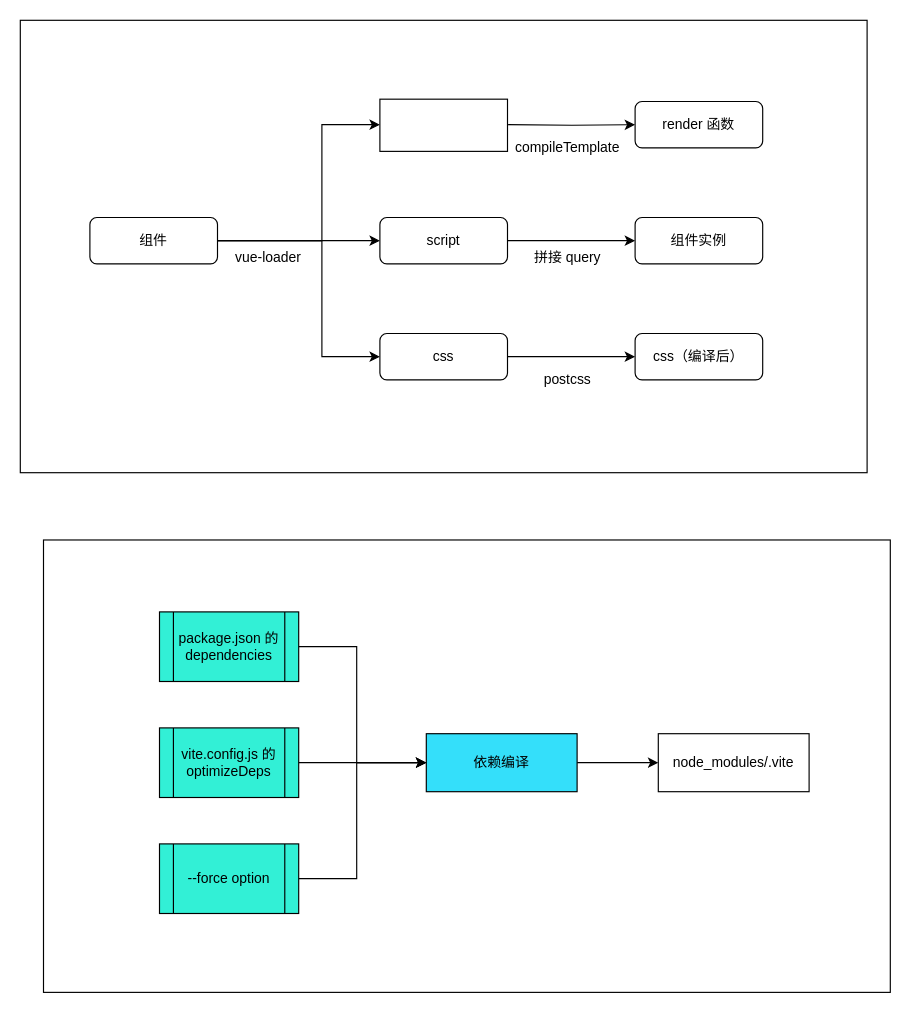
This is Untitled scoped css.drawio from WJCHumble/graph-asserts, a draw.io file, before an edit. Source tidied: cells renumbered, new cells numbered last; positions are measured from the earlier drawing's top-left corner, leaving out a move shared by most shapes. Both pictures are drawn from the tidied source at 116%, with x=0, y=0 at pixel (20, 20).
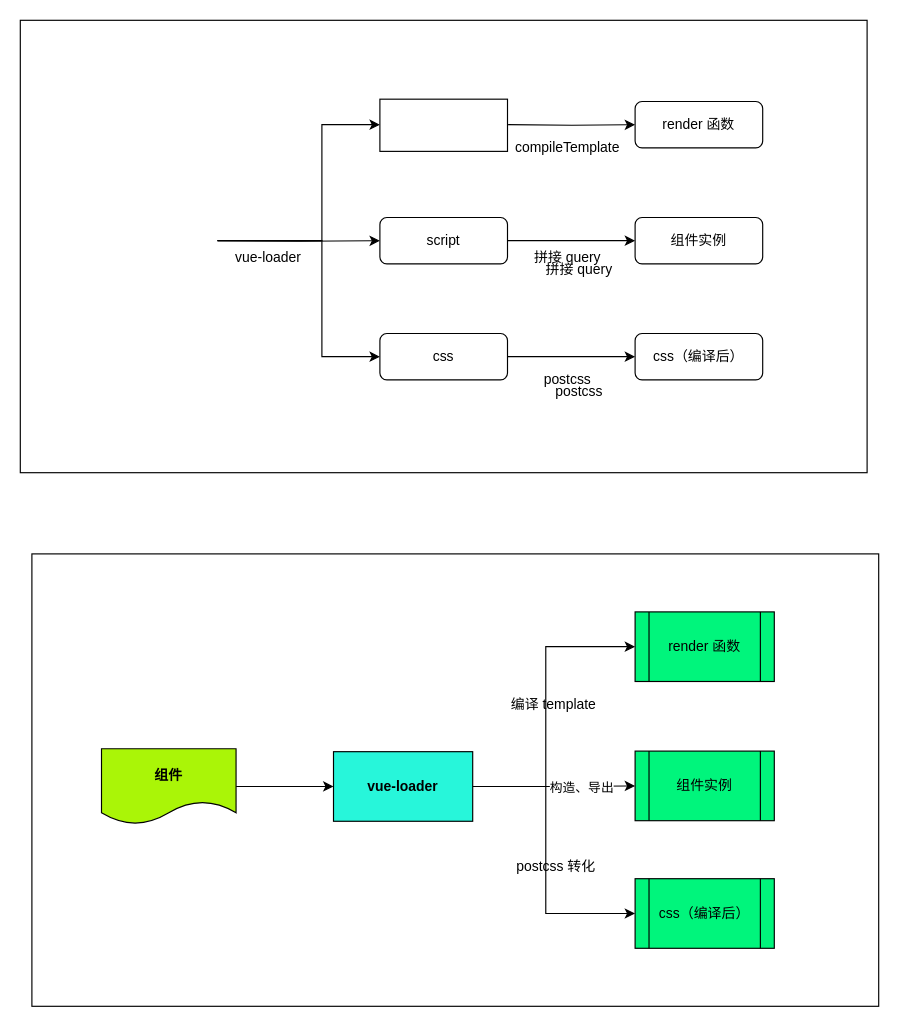
The same diagram, later.

Unchanged cells that the change refers to:
```xml
<mxCell id="9" value="script" style="rounded=1;whiteSpace=wrap;html=1;" parent="1" vertex="1">
  <mxGeometry x="310" y="170" width="110" height="40" as="geometry" />
</mxCell>
<mxCell id="11" value="css" style="rounded=1;whiteSpace=wrap;html=1;" parent="1" vertex="1">
  <mxGeometry x="310" y="270" width="110" height="40" as="geometry" />
</mxCell>
```

Change to the diagram source:
```diff
@@
-    <mxCell id="3" style="edgeStyle=orthogonalEdgeStyle;rounded=0;jettySize=auto;html=1;exitX=1;exitY=0.5;exitDx=0;exitDy=0;entryX=0;entryY=0.5;entryDx=0;entryDy=0;" parent="1" edge="1" source="6" target="9">
-      <mxGeometry relative="1" as="geometry" />
+    <mxCell id="3" style="edgeStyle=orthogonalEdgeStyle;rounded=0;jettySize=auto;html=1;exitX=1;exitY=0.5;exitDx=0;exitDy=0;entryX=0;entryY=0.5;entryDx=0;entryDy=0;" parent="1" edge="1" target="9">
+      <mxGeometry relative="1" as="geometry">
+        <mxPoint x="170" y="190" as="sourcePoint" />
+      </mxGeometry>
     </mxCell>
-    <mxCell id="4" style="edgeStyle=orthogonalEdgeStyle;rounded=0;jettySize=auto;html=1;exitX=1;exitY=0.5;exitDx=0;exitDy=0;entryX=0;entryY=0.5;entryDx=0;entryDy=0;" parent="1" edge="1" source="6">
+    <mxCell id="4" style="edgeStyle=orthogonalEdgeStyle;rounded=0;orthogonalLoop=1;jettySize=auto;html=1;exitX=1;exitY=0.5;exitDx=0;exitDy=0;entryX=0;entryY=0.5;entryDx=0;entryDy=0;" parent="1" edge="1">
       <mxGeometry relative="1" as="geometry">
+        <mxPoint x="170" y="190" as="sourcePoint" />
         <mxPoint x="310" y="90" as="targetPoint" />
         <Array as="points">
           <mxPoint x="260" y="190" />
           <mxPoint x="260" y="90" />
         </Array>
       </mxGeometry>
     </mxCell>
-    <mxCell id="5" style="edgeStyle=orthogonalEdgeStyle;rounded=0;jettySize=auto;html=1;exitX=1;exitY=0.5;exitDx=0;exitDy=0;entryX=0;entryY=0.5;entryDx=0;entryDy=0;" parent="1" edge="1" source="6" target="11">
+    <mxCell id="5" style="edgeStyle=orthogonalEdgeStyle;rounded=0;jettySize=auto;html=1;exitX=1;exitY=0.5;exitDx=0;exitDy=0;entryX=0;entryY=0.5;entryDx=0;entryDy=0;" parent="1" edge="1" target="11">
       <mxGeometry relative="1" as="geometry">
+        <mxPoint x="170" y="190" as="sourcePoint" />
         <Array as="points">
           <mxPoint x="260" y="190" />
           <mxPoint x="260" y="290" />
         </Array>
       </mxGeometry>
     </mxCell>
-    <mxCell id="6" value="组件" style="rounded=1;whiteSpace=wrap;html=1;" parent="1" vertex="1">
-      <mxGeometry x="60" y="170" width="110" height="40" as="geometry" />
-    </mxCell>
@@
     <mxCell id="18" style="rounded=0;whiteSpace=wrap;html=1;" parent="1" vertex="1">
-      <mxGeometry x="20" y="448" width="730" height="390" as="geometry" />
+      <mxGeometry x="10" y="460" width="730" height="390" as="geometry" />
     </mxCell>
-    <mxCell id="19" style="edgeStyle=orthogonalEdgeStyle;rounded=0;jettySize=auto;html=1;exitX=1;exitY=0.5;exitDx=0;exitDy=0;entryX=0;entryY=0.5;entryDx=0;entryDy=0;" parent="1" edge="1" source="20" target="27">
-      <mxGeometry relative="1" as="geometry" />
-    </mxCell>
-    <mxCell id="20" value="依赖编译" style="rounded=0;whiteSpace=wrap;html=1;fillColor=#34DFFA;" parent="1" vertex="1">
-      <mxGeometry x="350" y="615" width="130" height="50" as="geometry" />
-    </mxCell>
-    <mxCell id="21" style="edgeStyle=orthogonalEdgeStyle;rounded=0;jettySize=auto;html=1;exitX=1;exitY=0.5;exitDx=0;exitDy=0;entryX=0;entryY=0.5;entryDx=0;entryDy=0;" parent="1" edge="1" source="22" target="20">
-      <mxGeometry relative="1" as="geometry">
-        <Array as="points">
-          <mxPoint x="290" y="540" />
-          <mxPoint x="290" y="640" />
-        </Array>
-      </mxGeometry>
-    </mxCell>
-    <mxCell id="22" value="&lt;span&gt;package.json 的 dependencies&lt;/span&gt;" style="shape=process;whiteSpace=wrap;html=1;backgroundOutline=1;fillColor=#32F0D6;" parent="1" vertex="1">
-      <mxGeometry x="120" y="510" width="120" height="60" as="geometry" />
-    </mxCell>
-    <mxCell id="23" style="edgeStyle=orthogonalEdgeStyle;rounded=0;jettySize=auto;html=1;exitX=1;exitY=0.5;exitDx=0;exitDy=0;entryX=0;entryY=0.5;entryDx=0;entryDy=0;" parent="1" edge="1" source="24" target="20">
-      <mxGeometry relative="1" as="geometry" />
-    </mxCell>
-    <mxCell id="24" value="vite.config.js 的 optimizeDeps" style="shape=process;whiteSpace=wrap;html=1;backgroundOutline=1;fillColor=#32F0D6;" parent="1" vertex="1">
-      <mxGeometry x="120" y="610" width="120" height="60" as="geometry" />
-    </mxCell>
-    <mxCell id="25" style="edgeStyle=orthogonalEdgeStyle;rounded=0;jettySize=auto;html=1;exitX=1;exitY=0.5;exitDx=0;exitDy=0;" parent="1" edge="1" source="26">
-      <mxGeometry relative="1" as="geometry">
-        <mxPoint x="350" y="640" as="targetPoint" />
-        <Array as="points">
-          <mxPoint x="290" y="740" />
-          <mxPoint x="290" y="640" />
-        </Array>
-      </mxGeometry>
-    </mxCell>
-    <mxCell id="26" value="--force option" style="shape=process;whiteSpace=wrap;html=1;backgroundOutline=1;fillColor=#32F0D6;" parent="1" vertex="1">
-      <mxGeometry x="120" y="710" width="120" height="60" as="geometry" />
-    </mxCell>
-    <mxCell id="27" value="node_modules/.vite" style="rounded=0;whiteSpace=wrap;html=1;" parent="1" vertex="1">
-      <mxGeometry x="550" y="615" width="130" height="50" as="geometry" />
-    </mxCell>
@@
+    <mxCell id="31" style="edgeStyle=orthogonalEdgeStyle;rounded=0;jettySize=auto;html=1;exitX=1;exitY=0.5;exitDx=0;exitDy=0;entryX=0;entryY=0.5;entryDx=0;entryDy=0;" parent="1" edge="1" source="6" target="36">
+      <mxGeometry relative="1" as="geometry" />
+    </mxCell>
+    <mxCell id="6" value="&lt;b&gt;组件&lt;/b&gt;" style="shape=document;whiteSpace=wrap;html=1;boundedLbl=1;fillColor=#AAF507;" parent="1" vertex="1">
+      <mxGeometry x="70" y="628" width="116" height="65" as="geometry" />
+    </mxCell>
+    <mxCell id="32" style="edgeStyle=orthogonalEdgeStyle;rounded=0;jettySize=auto;html=1;exitX=1;exitY=0.5;exitDx=0;exitDy=0;entryX=0;entryY=0.5;entryDx=0;entryDy=0;" parent="1" edge="1" source="36" target="38">
+      <mxGeometry relative="1" as="geometry" />
+    </mxCell>
+    <mxCell id="33" value="构造、导出" style="edgeLabel;html=1;align=center;verticalAlign=middle;" parent="32" vertex="1">
+      <mxGeometry x="0.34" y="-1" relative="1" as="geometry" />
+    </mxCell>
+    <mxCell id="34" style="edgeStyle=orthogonalEdgeStyle;rounded=0;jettySize=auto;html=1;exitX=1;exitY=0.5;exitDx=0;exitDy=0;entryX=0;entryY=0.5;entryDx=0;entryDy=0;" parent="1" edge="1" source="36" target="37">
+      <mxGeometry relative="1" as="geometry">
+        <Array as="points">
+          <mxPoint x="453" y="661" />
+          <mxPoint x="453" y="540" />
+        </Array>
+      </mxGeometry>
+    </mxCell>
+    <mxCell id="35" style="edgeStyle=orthogonalEdgeStyle;rounded=0;jettySize=auto;html=1;exitX=1;exitY=0.5;exitDx=0;exitDy=0;entryX=0;entryY=0.5;entryDx=0;entryDy=0;" parent="1" edge="1" source="36">
+      <mxGeometry relative="1" as="geometry">
+        <mxPoint x="530" y="770" as="targetPoint" />
+        <Array as="points">
+          <mxPoint x="453" y="661" />
+          <mxPoint x="453" y="770" />
+        </Array>
+      </mxGeometry>
+    </mxCell>
+    <mxCell id="36" value="&lt;b&gt;vue-loader&lt;/b&gt;" style="rounded=0;whiteSpace=wrap;html=1;fillColor=#27F6DA;" parent="1" vertex="1">
+      <mxGeometry x="270" y="630.5" width="120" height="60" as="geometry" />
+    </mxCell>
+    <mxCell id="37" value="&lt;span&gt;render 函数&lt;/span&gt;" style="shape=process;whiteSpace=wrap;html=1;backgroundOutline=1;fillColor=#00F57C;" parent="1" vertex="1">
+      <mxGeometry x="530" y="510" width="120" height="60" as="geometry" />
+    </mxCell>
+    <mxCell id="38" value="&lt;span&gt;组件实例&lt;/span&gt;" style="shape=process;whiteSpace=wrap;html=1;backgroundOutline=1;fillColor=#00F57C;" parent="1" vertex="1">
+      <mxGeometry x="530" y="630" width="120" height="60" as="geometry" />
+    </mxCell>
+    <mxCell id="39" value="&lt;span&gt;css（编译后）&lt;/span&gt;" style="shape=process;whiteSpace=wrap;html=1;backgroundOutline=1;fillColor=#00F57C;" parent="1" vertex="1">
+      <mxGeometry x="530" y="740" width="120" height="60" as="geometry" />
+    </mxCell>
+    <mxCell id="40" value="编译 template" style="text;html=1;strokeColor=none;fillColor=none;align=center;verticalAlign=middle;whiteSpace=wrap;rounded=0;" parent="1" vertex="1">
+      <mxGeometry x="420" y="580" width="80" height="20" as="geometry" />
+    </mxCell>
+    <mxCell id="41" value="拼接 query" style="text;html=1;strokeColor=none;fillColor=none;align=center;verticalAlign=middle;whiteSpace=wrap;rounded=0;" parent="1" vertex="1">
+      <mxGeometry x="448" y="205" width="68" height="20" as="geometry" />
+    </mxCell>
+    <mxCell id="42" value="postcss" style="text;html=1;strokeColor=none;fillColor=none;align=center;verticalAlign=middle;whiteSpace=wrap;rounded=0;" parent="1" vertex="1">
+      <mxGeometry x="462" y="310" width="40" height="20" as="geometry" />
+    </mxCell>
+    <mxCell id="43" value="postcss 转化" style="text;html=1;strokeColor=none;fillColor=none;align=center;verticalAlign=middle;whiteSpace=wrap;rounded=0;" parent="1" vertex="1">
+      <mxGeometry x="424" y="720" width="76" height="20" as="geometry" />
+    </mxCell>
```
